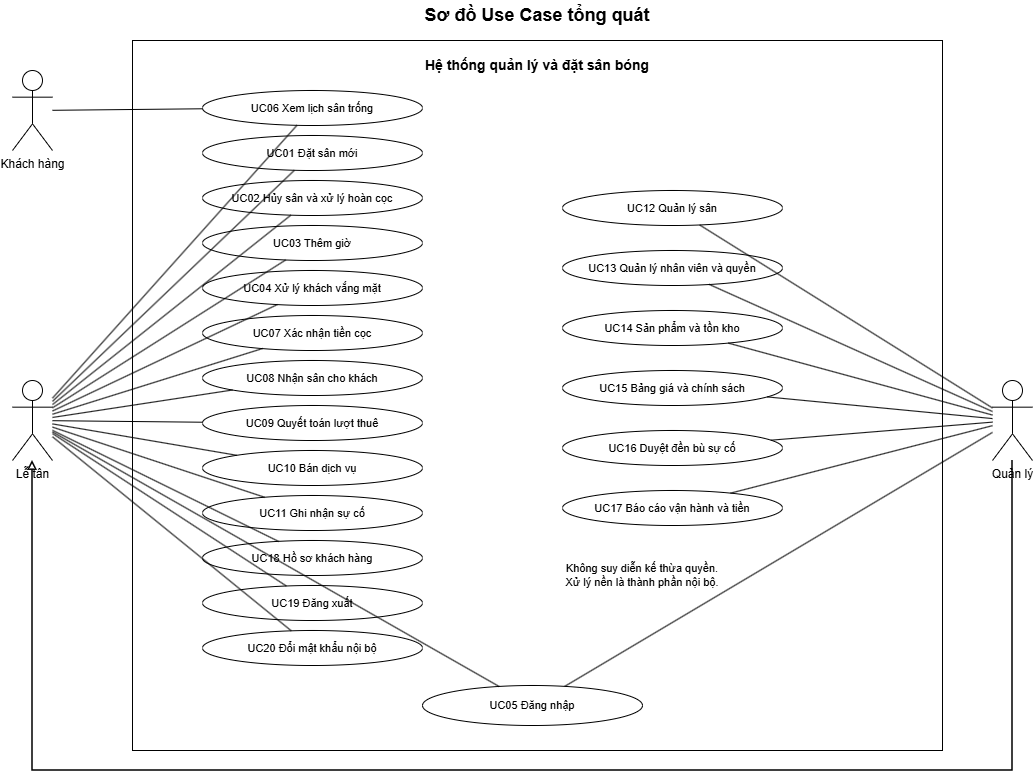
Long7713/Analyst-design-information-system-manage-soccer-field-system- keeps this draw.io diagram as UCG.drawio.png. Above is the earlier version. Source tidied: cells renumbered, new cells last; positions are measured from the earlier drawing's top-left corner, leaving out a move shared by most shapes. The source it was exported from:
```xml
<mxGraphModel>
  <root>
    <mxCell id="0" />
    <mxCell id="1" parent="0" />
    <mxCell id="2" value="Sơ đồ Use Case tổng quát" style="text;html=1;strokeColor=none;fillColor=none;align=center;verticalAlign=middle;whiteSpace=wrap;rounded=0;fontSize=18;fontStyle=1;" parent="1" vertex="1">
      <mxGeometry x="375" width="300" height="30" as="geometry" />
    </mxCell>
    <mxCell id="3" value="Hệ thống quản lý và đặt sân bóng" style="shape=rect;html=1;verticalAlign=top;align=center;whiteSpace=wrap;fillColor=none;strokeColor=#000000;strokeWidth=1;fontSize=14;fontStyle=1;spacingTop=10;" parent="1" vertex="1">
      <mxGeometry x="120" y="40" width="810" height="710" as="geometry" />
    </mxCell>
    <mxCell id="4" value="Khách hàng" style="shape=umlActor;verticalLabelPosition=bottom;verticalAlign=top;html=1;outlineConnect=0;strokeColor=#000000;" parent="1" vertex="1">
      <mxGeometry y="70" width="40" height="80" as="geometry" />
    </mxCell>
    <mxCell id="5" value="Lễ tân" style="shape=umlActor;verticalLabelPosition=bottom;verticalAlign=top;html=1;outlineConnect=0;strokeColor=#000000;" parent="1" vertex="1">
      <mxGeometry y="380" width="40" height="80" as="geometry" />
    </mxCell>
    <mxCell id="6" value="Quản lý" style="shape=umlActor;verticalLabelPosition=bottom;verticalAlign=top;html=1;outlineConnect=0;strokeColor=#000000;" parent="1" vertex="1">
      <mxGeometry x="980" y="380" width="40" height="80" as="geometry" />
    </mxCell>
    <mxCell id="7" value="UC06 Xem lịch sân trống" style="ellipse;whiteSpace=wrap;html=1;strokeColor=#000000;fillColor=#ffffff;fontSize=11;" parent="1" vertex="1">
      <mxGeometry x="190" y="90" width="220" height="35" as="geometry" />
    </mxCell>
    <mxCell id="8" value="UC01 Đặt sân mới" style="ellipse;whiteSpace=wrap;html=1;strokeColor=#000000;fillColor=#ffffff;fontSize=11;" parent="1" vertex="1">
      <mxGeometry x="190" y="135" width="220" height="35" as="geometry" />
    </mxCell>
    <mxCell id="9" value="UC02 Hủy sân và xử lý hoàn cọc" style="ellipse;whiteSpace=wrap;html=1;strokeColor=#000000;fillColor=#ffffff;fontSize=11;" parent="1" vertex="1">
      <mxGeometry x="190" y="180" width="220" height="35" as="geometry" />
    </mxCell>
    <mxCell id="10" value="UC03 Thêm giờ" style="ellipse;whiteSpace=wrap;html=1;strokeColor=#000000;fillColor=#ffffff;fontSize=11;" parent="1" vertex="1">
      <mxGeometry x="190" y="225" width="220" height="35" as="geometry" />
    </mxCell>
    <mxCell id="11" value="UC04 Xử lý khách vắng mặt" style="ellipse;whiteSpace=wrap;html=1;strokeColor=#000000;fillColor=#ffffff;fontSize=11;" parent="1" vertex="1">
      <mxGeometry x="190" y="270" width="220" height="35" as="geometry" />
    </mxCell>
    <mxCell id="12" value="UC07 Xác nhận tiền cọc" style="ellipse;whiteSpace=wrap;html=1;strokeColor=#000000;fillColor=#ffffff;fontSize=11;" parent="1" vertex="1">
      <mxGeometry x="190" y="315" width="220" height="35" as="geometry" />
    </mxCell>
    <mxCell id="13" value="UC08 Nhận sân cho khách" style="ellipse;whiteSpace=wrap;html=1;strokeColor=#000000;fillColor=#ffffff;fontSize=11;" parent="1" vertex="1">
      <mxGeometry x="190" y="360" width="220" height="35" as="geometry" />
    </mxCell>
    <mxCell id="14" value="UC09 Quyết toán lượt thuê" style="ellipse;whiteSpace=wrap;html=1;strokeColor=#000000;fillColor=#ffffff;fontSize=11;" parent="1" vertex="1">
      <mxGeometry x="190" y="405" width="220" height="35" as="geometry" />
    </mxCell>
    <mxCell id="15" value="UC10 Bán dịch vụ" style="ellipse;whiteSpace=wrap;html=1;strokeColor=#000000;fillColor=#ffffff;fontSize=11;" parent="1" vertex="1">
      <mxGeometry x="190" y="450" width="220" height="35" as="geometry" />
    </mxCell>
    <mxCell id="16" value="UC11 Ghi nhận sự cố" style="ellipse;whiteSpace=wrap;html=1;strokeColor=#000000;fillColor=#ffffff;fontSize=11;" parent="1" vertex="1">
      <mxGeometry x="190" y="495" width="220" height="35" as="geometry" />
    </mxCell>
    <mxCell id="17" value="UC18 Hồ sơ khách hàng" style="ellipse;whiteSpace=wrap;html=1;strokeColor=#000000;fillColor=#ffffff;fontSize=11;" parent="1" vertex="1">
      <mxGeometry x="190" y="540" width="220" height="35" as="geometry" />
    </mxCell>
    <mxCell id="18" value="UC19 Đăng xuất" style="ellipse;whiteSpace=wrap;html=1;strokeColor=#000000;fillColor=#ffffff;fontSize=11;" parent="1" vertex="1">
      <mxGeometry x="190" y="585" width="220" height="35" as="geometry" />
    </mxCell>
    <mxCell id="19" value="UC20 Đổi mật khẩu nội bộ" style="ellipse;whiteSpace=wrap;html=1;strokeColor=#000000;fillColor=#ffffff;fontSize=11;" parent="1" vertex="1">
      <mxGeometry x="190" y="630" width="220" height="35" as="geometry" />
    </mxCell>
    <mxCell id="20" value="UC12 Quản lý sân" style="ellipse;whiteSpace=wrap;html=1;strokeColor=#000000;fillColor=#ffffff;fontSize=11;" parent="1" vertex="1">
      <mxGeometry x="550" y="190" width="220" height="35" as="geometry" />
    </mxCell>
    <mxCell id="21" value="UC13 Quản lý nhân viên và quyền" style="ellipse;whiteSpace=wrap;html=1;strokeColor=#000000;fillColor=#ffffff;fontSize=11;" parent="1" vertex="1">
      <mxGeometry x="550" y="250" width="220" height="35" as="geometry" />
    </mxCell>
    <mxCell id="22" value="UC14 Sản phẩm và tồn kho" style="ellipse;whiteSpace=wrap;html=1;strokeColor=#000000;fillColor=#ffffff;fontSize=11;" parent="1" vertex="1">
      <mxGeometry x="550" y="310" width="220" height="35" as="geometry" />
    </mxCell>
    <mxCell id="23" value="UC15 Bảng giá và chính sách" style="ellipse;whiteSpace=wrap;html=1;strokeColor=#000000;fillColor=#ffffff;fontSize=11;" parent="1" vertex="1">
      <mxGeometry x="550" y="370" width="220" height="35" as="geometry" />
    </mxCell>
    <mxCell id="24" value="UC16 Duyệt đền bù sự cố" style="ellipse;whiteSpace=wrap;html=1;strokeColor=#000000;fillColor=#ffffff;fontSize=11;" parent="1" vertex="1">
      <mxGeometry x="550" y="430" width="220" height="35" as="geometry" />
    </mxCell>
    <mxCell id="25" value="UC17 Báo cáo vận hành và tiền" style="ellipse;whiteSpace=wrap;html=1;strokeColor=#000000;fillColor=#ffffff;fontSize=11;" parent="1" vertex="1">
      <mxGeometry x="550" y="490" width="220" height="35" as="geometry" />
    </mxCell>
    <mxCell id="26" value="UC05 Đăng nhập" style="ellipse;whiteSpace=wrap;html=1;strokeColor=#000000;fillColor=#ffffff;fontSize=11;" parent="1" vertex="1">
      <mxGeometry x="410" y="685" width="220" height="40" as="geometry" />
    </mxCell>
    <mxCell id="27" value="Không suy diễn kế thừa quyền.&#10;Xử lý nền là thành phần nội bộ." style="text;html=1;strokeColor=none;fillColor=none;align=center;verticalAlign=middle;whiteSpace=wrap;rounded=0;fontSize=11;" parent="1" vertex="1">
      <mxGeometry x="520" y="555" width="220" height="40" as="geometry" />
    </mxCell>
    <mxCell id="28" style="endArrow=none;html=1;rounded=0;strokeColor=#000000;" parent="1" edge="1" source="4" target="7">
      <mxGeometry relative="1" as="geometry" />
    </mxCell>
    <mxCell id="29" style="endArrow=none;html=1;rounded=0;strokeColor=#000000;" parent="1" edge="1" source="5" target="7">
      <mxGeometry relative="1" as="geometry" />
    </mxCell>
    <mxCell id="30" style="endArrow=none;html=1;rounded=0;strokeColor=#000000;" parent="1" edge="1" source="5" target="8">
      <mxGeometry relative="1" as="geometry" />
    </mxCell>
    <mxCell id="31" style="endArrow=none;html=1;rounded=0;strokeColor=#000000;" parent="1" edge="1" source="5" target="9">
      <mxGeometry relative="1" as="geometry" />
    </mxCell>
    <mxCell id="32" style="endArrow=none;html=1;rounded=0;strokeColor=#000000;" parent="1" edge="1" source="5" target="10">
      <mxGeometry relative="1" as="geometry" />
    </mxCell>
    <mxCell id="33" style="endArrow=none;html=1;rounded=0;strokeColor=#000000;" parent="1" edge="1" source="5" target="11">
      <mxGeometry relative="1" as="geometry" />
    </mxCell>
    <mxCell id="34" style="endArrow=none;html=1;rounded=0;strokeColor=#000000;" parent="1" edge="1" source="5" target="12">
      <mxGeometry relative="1" as="geometry" />
    </mxCell>
    <mxCell id="35" style="endArrow=none;html=1;rounded=0;strokeColor=#000000;" parent="1" edge="1" source="5" target="13">
      <mxGeometry relative="1" as="geometry" />
    </mxCell>
    <mxCell id="36" style="endArrow=none;html=1;rounded=0;strokeColor=#000000;" parent="1" edge="1" source="5" target="14">
      <mxGeometry relative="1" as="geometry" />
    </mxCell>
    <mxCell id="37" style="endArrow=none;html=1;rounded=0;strokeColor=#000000;" parent="1" edge="1" source="5" target="15">
      <mxGeometry relative="1" as="geometry" />
    </mxCell>
    <mxCell id="38" style="endArrow=none;html=1;rounded=0;strokeColor=#000000;" parent="1" edge="1" source="5" target="16">
      <mxGeometry relative="1" as="geometry" />
    </mxCell>
    <mxCell id="39" style="endArrow=none;html=1;rounded=0;strokeColor=#000000;" parent="1" edge="1" source="5" target="17">
      <mxGeometry relative="1" as="geometry" />
    </mxCell>
    <mxCell id="40" style="endArrow=none;html=1;rounded=0;strokeColor=#000000;" parent="1" edge="1" source="5" target="18">
      <mxGeometry relative="1" as="geometry" />
    </mxCell>
    <mxCell id="41" style="endArrow=none;html=1;rounded=0;strokeColor=#000000;" parent="1" edge="1" source="5" target="19">
      <mxGeometry relative="1" as="geometry" />
    </mxCell>
    <mxCell id="42" style="endArrow=none;html=1;rounded=0;strokeColor=#000000;" parent="1" edge="1" source="5" target="26">
      <mxGeometry relative="1" as="geometry" />
    </mxCell>
    <mxCell id="43" style="endArrow=none;html=1;rounded=0;strokeColor=#000000;" parent="1" edge="1" source="6" target="20">
      <mxGeometry relative="1" as="geometry" />
    </mxCell>
    <mxCell id="44" style="endArrow=none;html=1;rounded=0;strokeColor=#000000;" parent="1" edge="1" source="6" target="21">
      <mxGeometry relative="1" as="geometry" />
    </mxCell>
    <mxCell id="45" style="endArrow=none;html=1;rounded=0;strokeColor=#000000;" parent="1" edge="1" source="6" target="22">
      <mxGeometry relative="1" as="geometry" />
    </mxCell>
    <mxCell id="46" style="endArrow=none;html=1;rounded=0;strokeColor=#000000;" parent="1" edge="1" source="6" target="23">
      <mxGeometry relative="1" as="geometry" />
    </mxCell>
    <mxCell id="47" style="endArrow=none;html=1;rounded=0;strokeColor=#000000;" parent="1" edge="1" source="6" target="24">
      <mxGeometry relative="1" as="geometry" />
    </mxCell>
    <mxCell id="48" style="endArrow=none;html=1;rounded=0;strokeColor=#000000;" parent="1" edge="1" source="6" target="25">
      <mxGeometry relative="1" as="geometry" />
    </mxCell>
    <mxCell id="49" style="endArrow=none;html=1;rounded=0;strokeColor=#000000;" parent="1" edge="1" source="6" target="26">
      <mxGeometry relative="1" as="geometry" />
    </mxCell>
    <mxCell id="50" style="edgeStyle=orthogonalEdgeStyle;endArrow=block;endFill=0;html=1;rounded=0;strokeColor=#000000;strokeWidth=1.5;" parent="1" edge="1" source="6" target="5">
      <mxGeometry relative="1" as="geometry">
        <Array as="points">
          <mxPoint x="1000" y="770" />
          <mxPoint x="20" y="770" />
        </Array>
      </mxGeometry>
    </mxCell>
  </root>
</mxGraphModel>
```
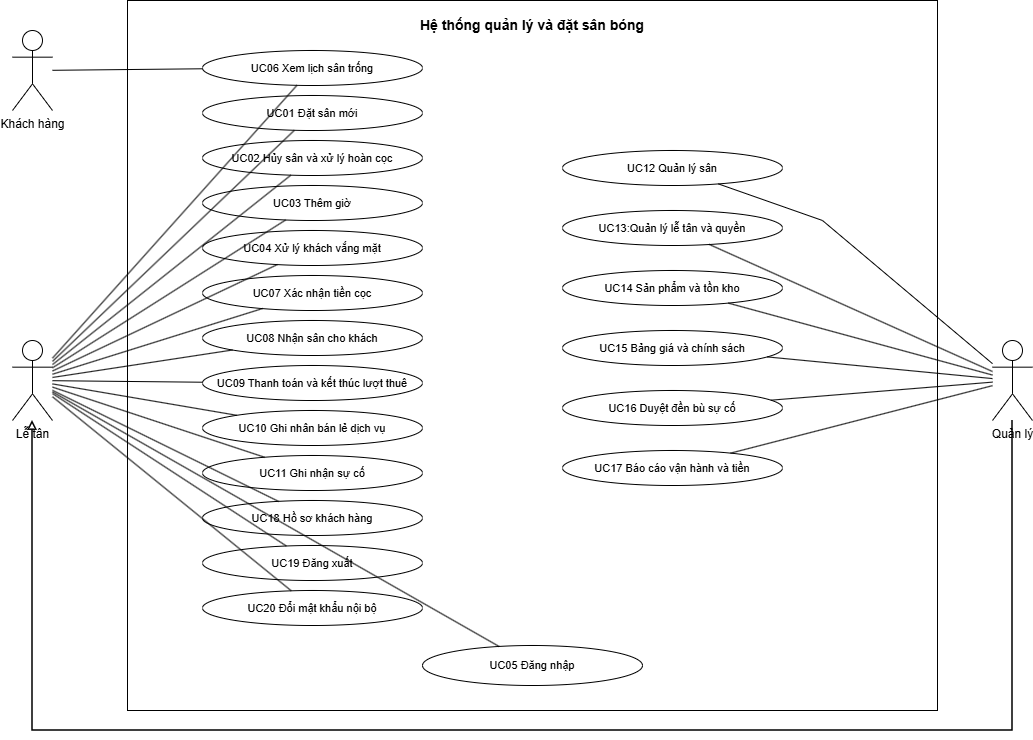
After the commit.

The edit, as a diff of the source:
```diff
@@ -2,11 +2,8 @@
   <root>
     <mxCell id="0" />
     <mxCell id="1" parent="0" />
-    <mxCell id="2" value="Sơ đồ Use Case tổng quát" style="text;html=1;strokeColor=none;fillColor=none;align=center;verticalAlign=middle;whiteSpace=wrap;rounded=0;fontSize=18;fontStyle=1;" parent="1" vertex="1">
-      <mxGeometry x="375" width="300" height="30" as="geometry" />
-    </mxCell>
     <mxCell id="3" value="Hệ thống quản lý và đặt sân bóng" style="shape=rect;html=1;verticalAlign=top;align=center;whiteSpace=wrap;fillColor=none;strokeColor=#000000;strokeWidth=1;fontSize=14;fontStyle=1;spacingTop=10;" parent="1" vertex="1">
-      <mxGeometry x="120" y="40" width="810" height="710" as="geometry" />
+      <mxGeometry x="115" y="40" width="810" height="710" as="geometry" />
     </mxCell>
     <mxCell id="4" value="Khách hàng" style="shape=umlActor;verticalLabelPosition=bottom;verticalAlign=top;html=1;outlineConnect=0;strokeColor=#000000;" parent="1" vertex="1">
       <mxGeometry y="70" width="40" height="80" as="geometry" />
@@ -38,10 +35,10 @@
     <mxCell id="13" value="UC08 Nhận sân cho khách" style="ellipse;whiteSpace=wrap;html=1;strokeColor=#000000;fillColor=#ffffff;fontSize=11;" parent="1" vertex="1">
       <mxGeometry x="190" y="360" width="220" height="35" as="geometry" />
     </mxCell>
-    <mxCell id="14" value="UC09 Quyết toán lượt thuê" style="ellipse;whiteSpace=wrap;html=1;strokeColor=#000000;fillColor=#ffffff;fontSize=11;" parent="1" vertex="1">
+    <mxCell id="14" value="UC09 Thanh toán và kết thúc lượt thuê" style="ellipse;whiteSpace=wrap;html=1;strokeColor=#000000;fillColor=#ffffff;fontSize=11;" parent="1" vertex="1">
       <mxGeometry x="190" y="405" width="220" height="35" as="geometry" />
     </mxCell>
-    <mxCell id="15" value="UC10 Bán dịch vụ" style="ellipse;whiteSpace=wrap;html=1;strokeColor=#000000;fillColor=#ffffff;fontSize=11;" parent="1" vertex="1">
+    <mxCell id="15" value="UC10 Ghi nhân bán lẻ dịch vụ" style="ellipse;whiteSpace=wrap;html=1;strokeColor=#000000;fillColor=#ffffff;fontSize=11;" parent="1" vertex="1">
       <mxGeometry x="190" y="450" width="220" height="35" as="geometry" />
     </mxCell>
     <mxCell id="16" value="UC11 Ghi nhận sự cố" style="ellipse;whiteSpace=wrap;html=1;strokeColor=#000000;fillColor=#ffffff;fontSize=11;" parent="1" vertex="1">
@@ -59,7 +56,7 @@
     <mxCell id="20" value="UC12 Quản lý sân" style="ellipse;whiteSpace=wrap;html=1;strokeColor=#000000;fillColor=#ffffff;fontSize=11;" parent="1" vertex="1">
       <mxGeometry x="550" y="190" width="220" height="35" as="geometry" />
     </mxCell>
-    <mxCell id="21" value="UC13 Quản lý nhân viên và quyền" style="ellipse;whiteSpace=wrap;html=1;strokeColor=#000000;fillColor=#ffffff;fontSize=11;" parent="1" vertex="1">
+    <mxCell id="21" value="UC13:Quản lý lễ tân và quyền" style="ellipse;whiteSpace=wrap;html=1;strokeColor=#000000;fillColor=#ffffff;fontSize=11;" parent="1" vertex="1">
       <mxGeometry x="550" y="250" width="220" height="35" as="geometry" />
     </mxCell>
     <mxCell id="22" value="UC14 Sản phẩm và tồn kho" style="ellipse;whiteSpace=wrap;html=1;strokeColor=#000000;fillColor=#ffffff;fontSize=11;" parent="1" vertex="1">
@@ -77,9 +74,6 @@
     <mxCell id="26" value="UC05 Đăng nhập" style="ellipse;whiteSpace=wrap;html=1;strokeColor=#000000;fillColor=#ffffff;fontSize=11;" parent="1" vertex="1">
       <mxGeometry x="410" y="685" width="220" height="40" as="geometry" />
     </mxCell>
-    <mxCell id="27" value="Không suy diễn kế thừa quyền.&#10;Xử lý nền là thành phần nội bộ." style="text;html=1;strokeColor=none;fillColor=none;align=center;verticalAlign=middle;whiteSpace=wrap;rounded=0;fontSize=11;" parent="1" vertex="1">
-      <mxGeometry x="520" y="555" width="220" height="40" as="geometry" />
-    </mxCell>
     <mxCell id="28" style="endArrow=none;html=1;rounded=0;strokeColor=#000000;" parent="1" edge="1" source="4" target="7">
       <mxGeometry relative="1" as="geometry" />
     </mxCell>
@@ -126,7 +120,11 @@
       <mxGeometry relative="1" as="geometry" />
     </mxCell>
     <mxCell id="43" style="endArrow=none;html=1;rounded=0;strokeColor=#000000;" parent="1" edge="1" source="6" target="20">
-      <mxGeometry relative="1" as="geometry" />
+      <mxGeometry relative="1" as="geometry">
+        <Array as="points">
+          <mxPoint x="810" y="260" />
+        </Array>
+      </mxGeometry>
     </mxCell>
     <mxCell id="44" style="endArrow=none;html=1;rounded=0;strokeColor=#000000;" parent="1" edge="1" source="6" target="21">
       <mxGeometry relative="1" as="geometry" />
@@ -143,9 +141,6 @@
     <mxCell id="48" style="endArrow=none;html=1;rounded=0;strokeColor=#000000;" parent="1" edge="1" source="6" target="25">
       <mxGeometry relative="1" as="geometry" />
     </mxCell>
-    <mxCell id="49" style="endArrow=none;html=1;rounded=0;strokeColor=#000000;" parent="1" edge="1" source="6" target="26">
-      <mxGeometry relative="1" as="geometry" />
-    </mxCell>
     <mxCell id="50" style="edgeStyle=orthogonalEdgeStyle;endArrow=block;endFill=0;html=1;rounded=0;strokeColor=#000000;strokeWidth=1.5;" parent="1" edge="1" source="6" target="5">
       <mxGeometry relative="1" as="geometry">
         <Array as="points">
```
